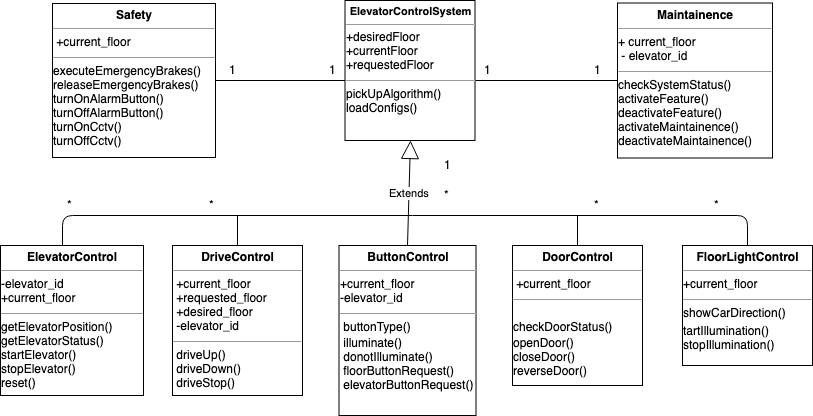
bhargavamin/elevator-system keeps this draw.io diagram as images/class_diagram_ecs.png. Above is the earlier version. Source tidied: cells renumbered, new cells last; positions are measured from the earlier drawing's top-left corner, leaving out a move shared by most shapes.
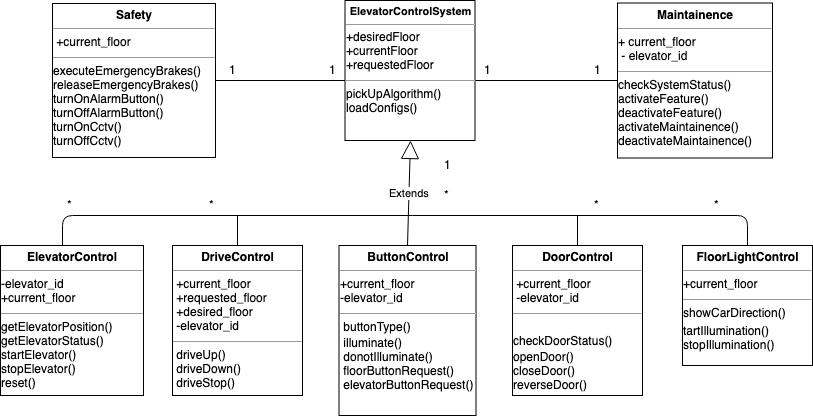
Later version of the same file.

Commit message:
New class diagram

What changed in the source:
```diff
@@ -8,8 +8,8 @@
     <mxCell id="3" value="&lt;p style=&quot;margin: 0px ; margin-top: 4px ; text-align: center&quot;&gt;&lt;b&gt;ButtonControl&lt;/b&gt;&lt;/p&gt;&lt;hr size=&quot;1&quot;&gt;+current_floor&lt;br&gt;-elevator_id&lt;br&gt;&lt;div style=&quot;height: 2px&quot;&gt;&lt;/div&gt;&lt;hr size=&quot;1&quot;&gt;&lt;div style=&quot;height: 2px&quot;&gt;&amp;nbsp;buttonType()&lt;/div&gt;&lt;div style=&quot;height: 2px&quot;&gt;&lt;br&gt;&amp;nbsp;illuminate()&lt;br&gt;&amp;nbsp;donotIlluminate()&lt;br&gt;&amp;nbsp;floorButtonRequest()&lt;br&gt;&amp;nbsp;elevatorButtonRequest()&lt;br&gt;&lt;/div&gt;" style="verticalAlign=top;align=left;overflow=fill;fontSize=12;fontFamily=Helvetica;html=1;" parent="1" vertex="1">
       <mxGeometry x="338.5" y="245" width="137" height="170" as="geometry" />
     </mxCell>
-    <mxCell id="4" value="&lt;p style=&quot;margin: 0px ; margin-top: 4px ; text-align: center&quot;&gt;&lt;b&gt;DoorControl&lt;/b&gt;&lt;/p&gt;&lt;hr size=&quot;1&quot;&gt;&amp;nbsp;+current_floor&lt;div style=&quot;height: 2px&quot;&gt;&lt;/div&gt;&lt;hr size=&quot;1&quot;&gt;&lt;br&gt;&lt;div style=&quot;height: 2px&quot;&gt;checkDoorStatus()&lt;/div&gt;&lt;div style=&quot;height: 2px&quot;&gt;&lt;br&gt;openDoor()&lt;br&gt;closeDoor()&lt;br&gt;reverseDoor()&lt;br&gt;&lt;/div&gt;&lt;div style=&quot;height: 2px&quot;&gt;&lt;br&gt;&lt;/div&gt;&lt;div style=&quot;height: 2px&quot;&gt;&lt;br&gt;&lt;/div&gt;" style="verticalAlign=top;align=left;overflow=fill;fontSize=12;fontFamily=Helvetica;html=1;" parent="1" vertex="1">
-      <mxGeometry x="512" y="245" width="130" height="140" as="geometry" />
+    <mxCell id="4" value="&lt;p style=&quot;margin: 0px ; margin-top: 4px ; text-align: center&quot;&gt;&lt;b&gt;DoorControl&lt;/b&gt;&lt;/p&gt;&lt;hr size=&quot;1&quot;&gt;&amp;nbsp;+current_floor&lt;br&gt;&amp;nbsp;-elevator_id&lt;br&gt;&lt;div style=&quot;height: 2px&quot;&gt;&lt;/div&gt;&lt;hr size=&quot;1&quot;&gt;&lt;br&gt;&lt;div style=&quot;height: 2px&quot;&gt;checkDoorStatus()&lt;/div&gt;&lt;div style=&quot;height: 2px&quot;&gt;&lt;br&gt;openDoor()&lt;br&gt;closeDoor()&lt;br&gt;reverseDoor()&lt;br&gt;&lt;/div&gt;&lt;div style=&quot;height: 2px&quot;&gt;&lt;br&gt;&lt;/div&gt;&lt;div style=&quot;height: 2px&quot;&gt;&lt;br&gt;&lt;/div&gt;" style="verticalAlign=top;align=left;overflow=fill;fontSize=12;fontFamily=Helvetica;html=1;" parent="1" vertex="1">
+      <mxGeometry x="512" y="245" width="130" height="150" as="geometry" />
     </mxCell>
     <mxCell id="5" value="&lt;p style=&quot;margin: 0px ; margin-top: 4px ; text-align: center&quot;&gt;&lt;b&gt;FloorLightControl&lt;/b&gt;&lt;/p&gt;&lt;hr size=&quot;1&quot;&gt;+current_floor&lt;div style=&quot;height: 2px&quot;&gt;&lt;/div&gt;&lt;hr size=&quot;1&quot;&gt;&lt;div style=&quot;height: 2px&quot;&gt;showCarDirection()&lt;/div&gt;&lt;div style=&quot;height: 2px&quot;&gt;&lt;br&gt;&lt;/div&gt;&lt;div style=&quot;height: 2px&quot;&gt;&lt;br&gt;&lt;div&gt;tartIllumination()&lt;br&gt;stopIllumination()&lt;/div&gt;&lt;div&gt;&lt;br&gt;&lt;/div&gt;&lt;/div&gt;" style="verticalAlign=top;align=left;overflow=fill;fontSize=12;fontFamily=Helvetica;html=1;" parent="1" vertex="1">
       <mxGeometry x="682" y="245" width="130" height="120" as="geometry" />
```
